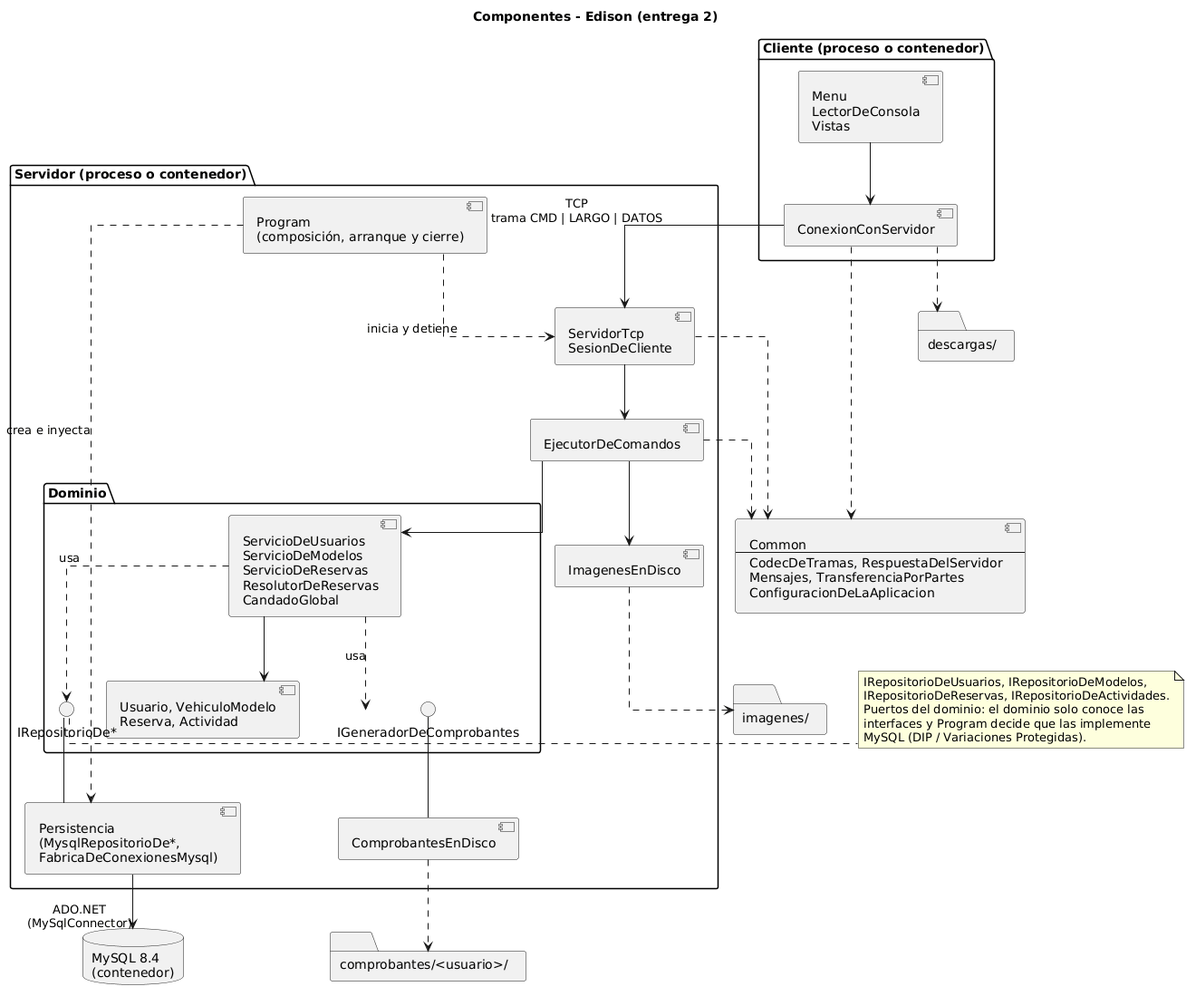
The PlantUML diagram docs/uml/componentes.png in Seba0512/EDISON, before a commit.
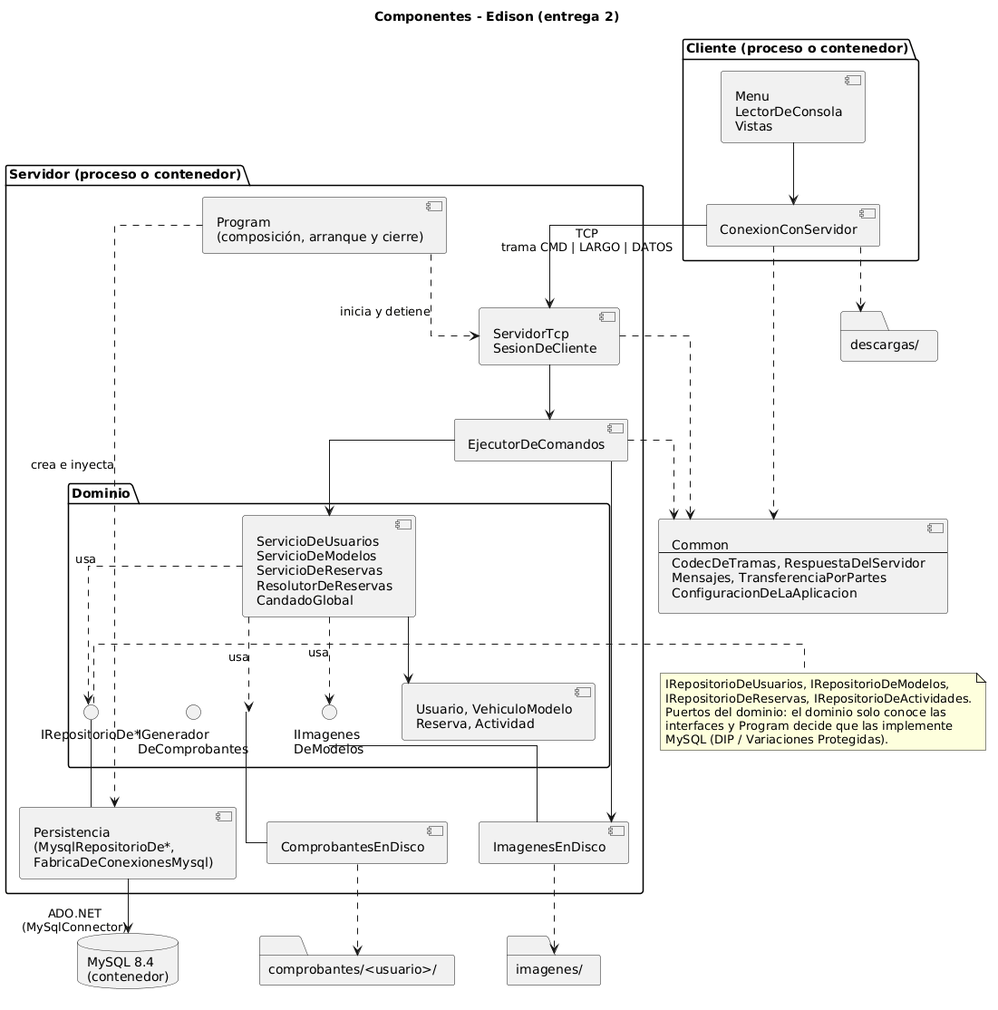
The same diagram one commit later.

Diff of the diagram source:
```diff
@@ -21,7 +21,8 @@
     component "ServicioDeUsuarios\nServicioDeModelos\nServicioDeReservas\nResolutorDeReservas\nCandadoGlobal" as Servicios
     component "Usuario, VehiculoModelo\nReserva, Actividad" as Entidades
     interface "IRepositorioDe*" as IRepos
-    interface "IGeneradorDeComprobantes" as IComprobantes
+    interface "IGenerador\nDeComprobantes" as IComprobantes
+    interface "IImagenes\nDeModelos" as IImagenes
   }
 
   component "Persistencia\n(MysqlRepositorioDe*,\nFabricaDeConexionesMysql)" as Persistencia
@@ -50,8 +51,10 @@
 Servicios --> Entidades
 Servicios ..> IRepos : usa
 Servicios ..> IComprobantes : usa
+Servicios ..> IImagenes : usa
 IRepos -- Persistencia
 IComprobantes -- Comprobantes
+IImagenes -- Imagenes
 Persistencia --> MySQL : ADO.NET\n(MySqlConnector)
 Comprobantes ..> CarpetaComprobantes
 
```
